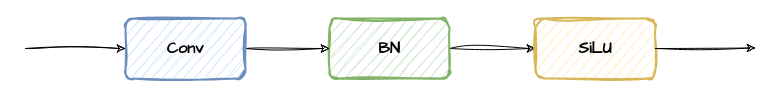
This is page "ch3-CBS" (3 of 21) of figs.drawio from 225ceV/tiny, a draw.io file, before an edit. Source tidied: cells renumbered, new cells numbered last; positions are measured from the earlier drawing's top-left corner, leaving out a move shared by most shapes. Both pictures are drawn from the tidied source at 100%, with x=0, y=0 at pixel (25, 18).
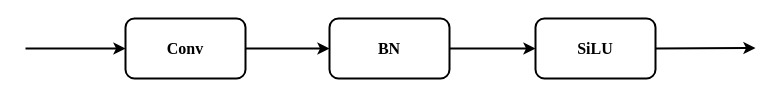
The same diagram, later.

The edit, as a diff of the source:
```diff
@@
 <mxGraphModel>
   <root>
     <mxCell id="0" />
     <mxCell id="1" parent="0" />
-    <mxCell id="2" style="edgeStyle=orthogonalEdgeStyle;rounded=0;jettySize=auto;html=1;entryX=0;entryY=0.5;entryDx=0;entryDy=0;sketch=1;curveFitting=1;jiggle=2;" parent="1" edge="1" source="3" target="6">
+    <mxCell id="2" style="edgeStyle=orthogonalEdgeStyle;rounded=0;jettySize=auto;html=1;entryX=0;entryY=0.5;entryDx=0;entryDy=0;strokeWidth=2;fontFamily=Times New Roman;" parent="1" edge="1" source="3" target="6">
       <mxGeometry relative="1" as="geometry" />
     </mxCell>
-    <mxCell id="3" value="&lt;font face=&quot;Comic Sans MS&quot; style=&quot;font-size: 16px;&quot;&gt;&lt;b&gt;BN&lt;/b&gt;&lt;/font&gt;" style="rounded=1;whiteSpace=wrap;html=1;fillColor=#d5e8d4;strokeColor=#82b366;strokeWidth=2;sketch=1;curveFitting=1;jiggle=2;" parent="1" vertex="1">
+    <mxCell id="3" value="&lt;font style=&quot;font-size: 16px;&quot;&gt;&lt;b&gt;BN&lt;/b&gt;&lt;/font&gt;" style="rounded=1;whiteSpace=wrap;html=1;strokeWidth=2;fontFamily=Times New Roman;" parent="1" vertex="1">
       <mxGeometry x="304" width="120" height="60" as="geometry" />
     </mxCell>
-    <mxCell id="4" style="edgeStyle=orthogonalEdgeStyle;rounded=0;jettySize=auto;html=1;entryX=0;entryY=0.5;entryDx=0;entryDy=0;sketch=1;curveFitting=1;jiggle=2;" parent="1" edge="1" source="5" target="3">
+    <mxCell id="4" style="edgeStyle=orthogonalEdgeStyle;rounded=0;jettySize=auto;html=1;entryX=0;entryY=0.5;entryDx=0;entryDy=0;strokeWidth=2;fontFamily=Times New Roman;" parent="1" edge="1" source="5" target="3">
       <mxGeometry relative="1" as="geometry" />
     </mxCell>
-    <mxCell id="5" value="&lt;font face=&quot;Comic Sans MS&quot; style=&quot;font-size: 16px;&quot;&gt;&lt;b&gt;Conv&lt;/b&gt;&lt;/font&gt;" style="rounded=1;whiteSpace=wrap;html=1;fillColor=#dae8fc;strokeColor=#6c8ebf;strokeWidth=2;sketch=1;curveFitting=1;jiggle=2;" parent="1" vertex="1">
+    <mxCell id="5" value="&lt;font style=&quot;font-size: 16px;&quot;&gt;&lt;b&gt;Conv&lt;/b&gt;&lt;/font&gt;" style="rounded=1;whiteSpace=wrap;html=1;strokeWidth=2;fontFamily=Times New Roman;" parent="1" vertex="1">
       <mxGeometry x="100" width="120" height="60" as="geometry" />
     </mxCell>
-    <mxCell id="6" value="&lt;font face=&quot;Comic Sans MS&quot; style=&quot;font-size: 16px;&quot;&gt;&lt;b&gt;SiLU&lt;/b&gt;&lt;/font&gt;" style="rounded=1;whiteSpace=wrap;html=1;fillColor=#fff2cc;strokeColor=#d6b656;strokeWidth=2;sketch=1;curveFitting=1;jiggle=2;" parent="1" vertex="1">
+    <mxCell id="6" value="&lt;font style=&quot;font-size: 16px;&quot;&gt;&lt;b&gt;SiLU&lt;/b&gt;&lt;/font&gt;" style="rounded=1;whiteSpace=wrap;html=1;strokeWidth=2;fontFamily=Times New Roman;" parent="1" vertex="1">
       <mxGeometry x="510" width="120" height="60" as="geometry" />
     </mxCell>
-    <mxCell id="7" style="endArrow=classic;html=1;rounded=0;entryX=0;entryY=0.5;entryDx=0;entryDy=0;sketch=1;curveFitting=1;jiggle=2;" parent="1" edge="1" target="5">
+    <mxCell id="7" style="endArrow=classic;html=1;rounded=0;entryX=0;entryY=0.5;entryDx=0;entryDy=0;strokeWidth=2;fontFamily=Times New Roman;" parent="1" edge="1" target="5">
       <mxGeometry relative="1" as="geometry">
         <mxPoint y="30" as="sourcePoint" />
       </mxGeometry>
     </mxCell>
-    <mxCell id="8" style="endArrow=classic;html=1;rounded=0;entryX=0;entryY=0.5;entryDx=0;entryDy=0;exitX=1;exitY=0.5;exitDx=0;exitDy=0;sketch=1;curveFitting=1;jiggle=2;" parent="1" edge="1" source="6">
+    <mxCell id="8" style="endArrow=classic;html=1;rounded=0;entryX=0;entryY=0.5;entryDx=0;entryDy=0;exitX=1;exitY=0.5;exitDx=0;exitDy=0;strokeWidth=2;fontFamily=Times New Roman;" parent="1" edge="1" source="6">
       <mxGeometry relative="1" as="geometry">
         <mxPoint x="730" y="29.5" as="targetPoint" />
       </mxGeometry>
     </mxCell>
   </root>
 </mxGraphModel>
```
